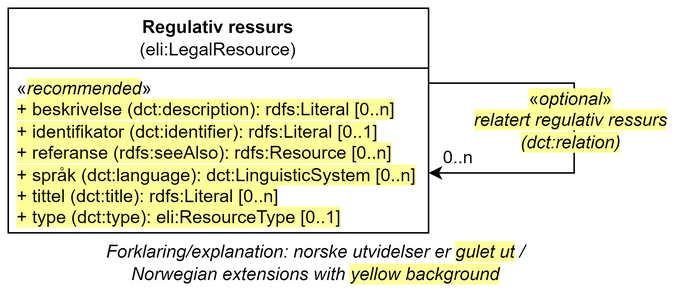
Earlier version of the draw.io export docs/images/Klassen-RegulativRessurs.png (Informasjonsforvaltning/dcat-ap-no). Source tidied: cells renumbered, new cells last; positions are measured from the earlier drawing's top-left corner, leaving out a move shared by most shapes.
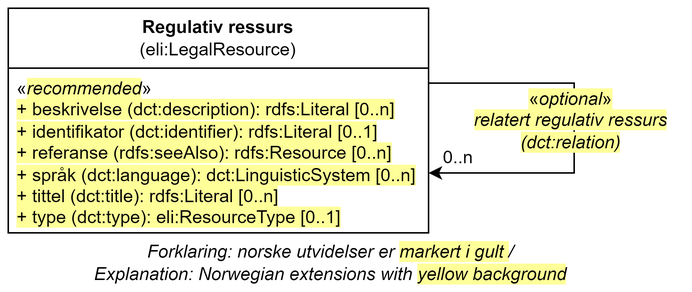
After the change.

Diff of the diagram source:
```diff
@@ -5,8 +5,8 @@
     <mxCell id="2" value="0..n" style="text;html=1;strokeColor=none;fillColor=none;align=center;verticalAlign=middle;whiteSpace=wrap;rounded=0;labelBackgroundColor=default;fontFamily=Helvetica;fontSize=12;" parent="1" vertex="1">
       <mxGeometry x="280" y="90" width="40" height="20" as="geometry" />
     </mxCell>
-    <mxCell id="3" value="Forklaring/explanation: norske utvidelser er&amp;nbsp;&lt;span style=&quot;background-color: rgb(255, 255, 153);&quot;&gt;gulet ut&lt;/span&gt;&lt;span style=&quot;background-color: rgb(255 , 255 , 255)&quot;&gt;&amp;nbsp;/ &lt;br&gt;Norwegian extensions with &lt;/span&gt;&lt;span style=&quot;background-color: rgb(255, 255, 153);&quot;&gt;yellow background&lt;/span&gt;" style="text;html=1;strokeColor=none;fillColor=none;align=center;verticalAlign=middle;whiteSpace=wrap;rounded=0;fontStyle=2;" parent="1" vertex="1">
-      <mxGeometry x="40" y="160" width="330" height="20" as="geometry" />
+    <mxCell id="3" value="Forklaring: norske utvidelser er &lt;span style=&quot;background-color: rgb(255, 255, 153);&quot;&gt;markert i gult&amp;nbsp;&lt;/span&gt;&lt;span style=&quot;background-color: rgb(255 , 255 , 255)&quot;&gt;/ &lt;br&gt;Explanation: Norwegian extensions with &lt;/span&gt;&lt;span style=&quot;background-color: rgb(255, 255, 153);&quot;&gt;yellow background&lt;/span&gt;" style="text;html=1;strokeColor=none;fillColor=none;align=center;verticalAlign=middle;whiteSpace=wrap;rounded=0;fontStyle=2;" parent="1" vertex="1">
+      <mxGeometry y="160" width="430" height="20" as="geometry" />
     </mxCell>
     <mxCell id="4" value="&lt;b style=&quot;border-color: var(--border-color);&quot;&gt;Regulativ ressurs&lt;/b&gt;&lt;br style=&quot;border-color: var(--border-color);&quot;&gt;(eli:LegalResource)" style="swimlane;fontStyle=0;horizontal=1;startSize=40;fillColor=none;whiteSpace=wrap;html=1;" parent="1" vertex="1">
       <mxGeometry width="280" height="150" as="geometry" />
```
